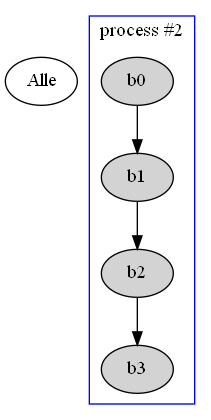
Earlier version of the Graphviz export Zuverlässigkeitsdiagramm.gv.png (fubsi/studium-aufgaben). Its source is kept beside it as Zuverlässigkeitsdiagramm.gv.
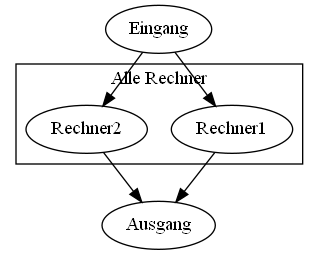
After the change.

The edit, as a diff of the source:
```diff
@@ -1,11 +1,13 @@
 digraph "Zuverlässigkeitsdiagramm" {
-	Alle
-	subgraph cluster_Alle {
-		node [style=filled]
-		color=blue
-		b0 -> b1
-		b1 -> b2
-		b2 -> b3
-		label="process #2"
+	Eingang
+	subgraph "cluster_Alle Rechner" {
+		graph [label="Alle Rechner"]
+		Rechner1
+		Rechner2
 	}
+	Eingang -> Rechner1
+	Eingang -> Rechner2
+	Ausgang
+	Rechner1 -> Ausgang
+	Rechner2 -> Ausgang
 }
```
